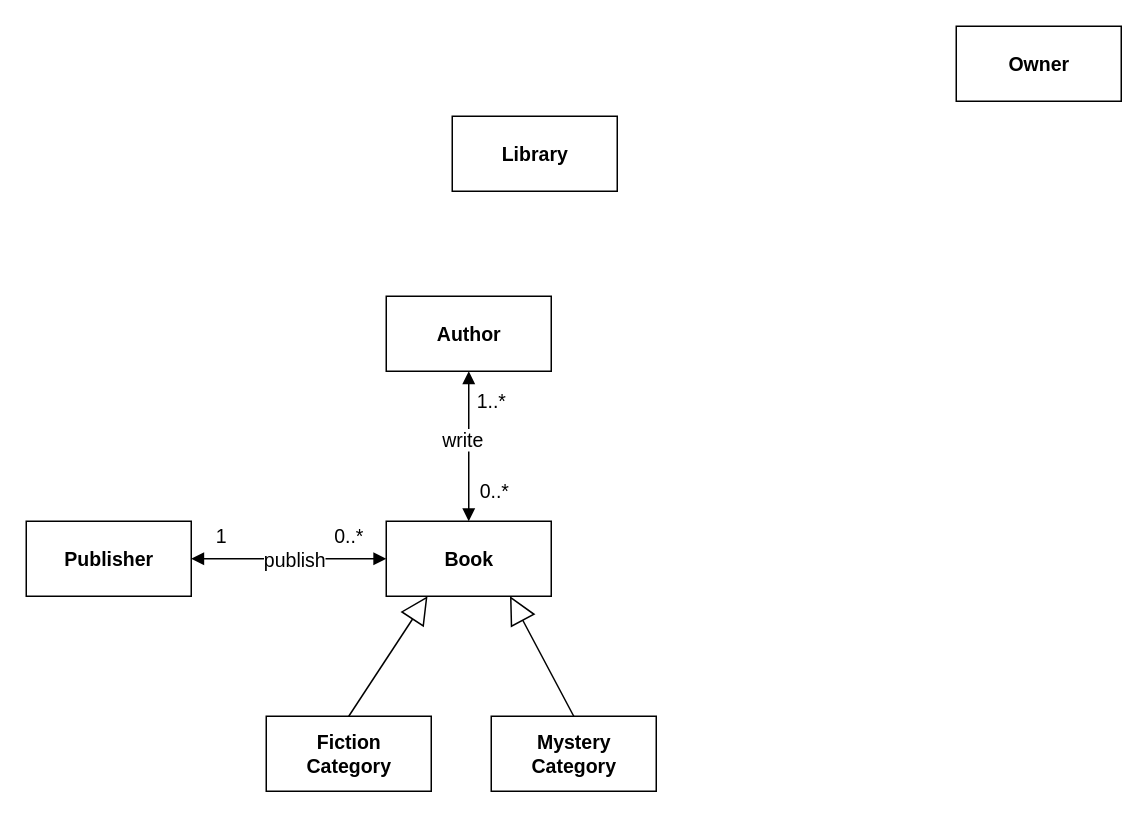
Above: E3ClassDiagram.drawio in yunee01/W2 (draw.io), before the change. Source tidied: cells renumbered, new cells numbered last; positions are measured from the earlier drawing's top-left corner, leaving out a move shared by most shapes. Both pictures are drawn from the tidied source at 150%, with x=0, y=0 at pixel (26, 26).
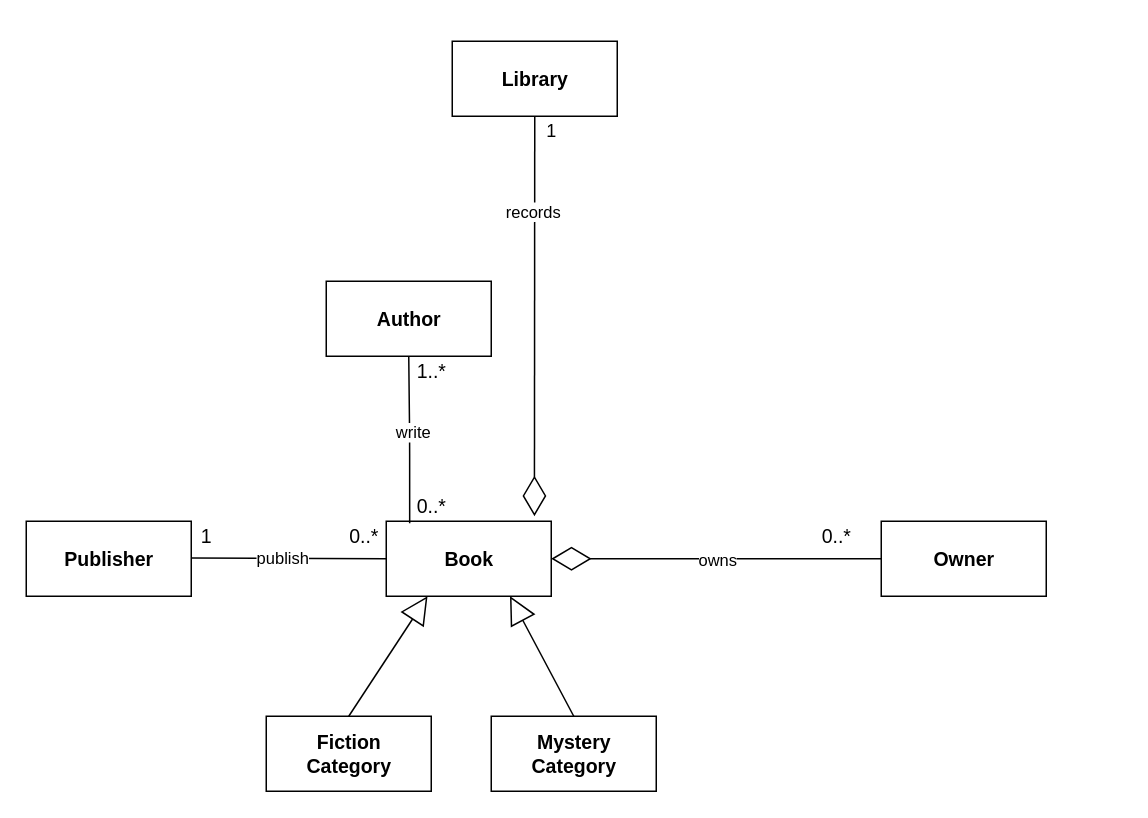
The same diagram, later.

Unchanged cells that the change refers to:
```xml
<mxCell id="2" value="Book" style="html=1;fontStyle=1;fontSize=13;" parent="1" vertex="1">
  <mxGeometry x="240" y="330" width="110" height="50" as="geometry" />
</mxCell>
<mxCell id="4" value="Publisher" style="html=1;fontStyle=1;fontSize=13;" parent="1" vertex="1">
  <mxGeometry y="330" width="110" height="50" as="geometry" />
</mxCell>
```

The edit, as a diff of the source:
```diff
@@
     <mxCell id="3" value="Author" style="html=1;fontStyle=1;fontSize=13;" parent="1" vertex="1">
-      <mxGeometry x="240" y="180" width="110" height="50" as="geometry" />
+      <mxGeometry x="200" y="170" width="110" height="50" as="geometry" />
     </mxCell>
@@
     <mxCell id="5" value="Library" style="html=1;fontStyle=1;fontSize=13;" parent="1" vertex="1">
-      <mxGeometry x="284" y="60" width="110" height="50" as="geometry" />
+      <mxGeometry x="284" y="10" width="110" height="50" as="geometry" />
     </mxCell>
@@
     <mxCell id="8" value="Owner" style="html=1;fontStyle=1;fontSize=13;" parent="1" vertex="1">
-      <mxGeometry x="620" width="110" height="50" as="geometry" />
+      <mxGeometry x="570" y="330" width="110" height="50" as="geometry" />
     </mxCell>
@@
-    <mxCell id="11" style="endArrow=block;startArrow=block;endFill=1;startFill=1;html=1;fontSize=13;entryX=0.5;entryY=1;entryDx=0;entryDy=0;exitX=0.5;exitY=0;exitDx=0;exitDy=0;" parent="1" edge="1" source="2" target="3">
-      <mxGeometry relative="1" as="geometry" />
-    </mxCell>
-    <mxCell id="12" style="endArrow=block;startArrow=block;endFill=1;startFill=1;html=1;fontSize=13;exitX=1;exitY=0.5;exitDx=0;exitDy=0;entryX=0;entryY=0.5;entryDx=0;entryDy=0;" parent="1" edge="1" source="4" target="2">
-      <mxGeometry relative="1" as="geometry" />
-    </mxCell>
-    <mxCell id="13" value="publish" style="edgeLabel;html=1;align=center;verticalAlign=middle;fontSize=13;" parent="12" vertex="1">
-      <mxGeometry x="-0.12" y="-1" relative="1" as="geometry">
-        <mxPoint x="11" y="-1" as="offset" />
-      </mxGeometry>
-    </mxCell>
     <mxCell id="14" value="1..*" style="text;html=1;align=center;verticalAlign=middle;fontSize=13;" parent="1" vertex="1">
-      <mxGeometry x="295" y="240" width="30" height="20" as="geometry" />
+      <mxGeometry x="255" y="220" width="30" height="20" as="geometry" />
     </mxCell>
     <mxCell id="15" value="0..*" style="text;html=1;align=center;verticalAlign=middle;fontSize=13;" parent="1" vertex="1">
-      <mxGeometry x="297" y="300" width="30" height="20" as="geometry" />
+      <mxGeometry x="255" y="310" width="30" height="20" as="geometry" />
     </mxCell>
     <mxCell id="16" value="0..*" style="text;html=1;align=center;verticalAlign=middle;fontSize=13;" parent="1" vertex="1">
-      <mxGeometry x="200" y="330" width="30" height="20" as="geometry" />
+      <mxGeometry x="210" y="330" width="30" height="20" as="geometry" />
     </mxCell>
     <mxCell id="17" value="1" style="text;html=1;align=center;verticalAlign=middle;fontSize=13;" parent="1" vertex="1">
-      <mxGeometry x="120" y="330" width="20" height="20" as="geometry" />
+      <mxGeometry x="110" y="330" width="20" height="20" as="geometry" />
     </mxCell>
+    <mxCell id="19" value="0..*" style="text;html=1;align=center;verticalAlign=middle;fontSize=13;" parent="1" vertex="1">
+      <mxGeometry x="525" y="330" width="30" height="20" as="geometry" />
+    </mxCell>
+    <mxCell id="11" style="endArrow=none;html=1;edgeStyle=orthogonalEdgeStyle;entryX=0.5;entryY=1;entryDx=0;entryDy=0;exitX=0.142;exitY=0.028;exitDx=0;exitDy=0;exitPerimeter=0;" parent="1" edge="1" source="2" target="3">
+      <mxGeometry relative="1" as="geometry" />
+    </mxCell>
-    <mxCell id="18" value="write" style="edgeLabel;html=1;align=center;verticalAlign=middle;fontSize=13;" parent="1" vertex="1">
-      <mxGeometry x="150" y="365" as="geometry">
-        <mxPoint x="140" y="-90" as="offset" />
+    <mxCell id="18" value="write" style="edgeLabel;html=1;align=center;verticalAlign=middle;" parent="11" vertex="1">
+      <mxGeometry x="0.23" y="-3" relative="1" as="geometry">
+        <mxPoint x="-1" y="7" as="offset" />
       </mxGeometry>
     </mxCell>
+    <mxCell id="20" style="endArrow=none;html=1;edgeStyle=orthogonalEdgeStyle;entryX=0;entryY=0.5;entryDx=0;entryDy=0;" parent="1" edge="1" target="2">
+      <mxGeometry relative="1" as="geometry">
+        <mxPoint x="110" y="354.5" as="sourcePoint" />
+      </mxGeometry>
+    </mxCell>
+    <mxCell id="13" value="publish" style="edgeLabel;html=1;align=center;verticalAlign=middle;" parent="20" vertex="1">
+      <mxGeometry x="0.2" y="3" relative="1" as="geometry">
+        <mxPoint x="-17.5" y="3" as="offset" />
+      </mxGeometry>
+    </mxCell>
+    <mxCell id="21" style="endArrow=diamondThin;endFill=0;endSize=24;html=1;entryX=1;entryY=0.5;entryDx=0;entryDy=0;exitX=0;exitY=0.5;exitDx=0;exitDy=0;" parent="1" edge="1" source="8" target="2">
+      <mxGeometry relative="1" as="geometry" />
+    </mxCell>
+    <mxCell id="22" value="owns" style="edgeLabel;html=1;align=center;verticalAlign=middle;" parent="21" vertex="1">
+      <mxGeometry x="0.14" y="3" relative="1" as="geometry">
+        <mxPoint x="15" y="-3" as="offset" />
+      </mxGeometry>
+    </mxCell>
+    <mxCell id="23" style="endArrow=diamondThin;endFill=0;endSize=24;html=1;entryX=0.898;entryY=-0.068;entryDx=0;entryDy=0;entryPerimeter=0;exitX=0.5;exitY=1;exitDx=0;exitDy=0;" parent="1" edge="1" source="5" target="2">
+      <mxGeometry relative="1" as="geometry" />
+    </mxCell>
+    <mxCell id="24" value="records" style="edgeLabel;html=1;align=center;verticalAlign=middle;" parent="23" vertex="1">
+      <mxGeometry x="-0.52" y="-1" relative="1" as="geometry" />
+    </mxCell>
+    <mxCell id="25" value="1" style="text;html=1;align=center;verticalAlign=middle;" parent="1" vertex="1">
+      <mxGeometry x="340" y="60" width="20" height="20" as="geometry" />
+    </mxCell>
```
